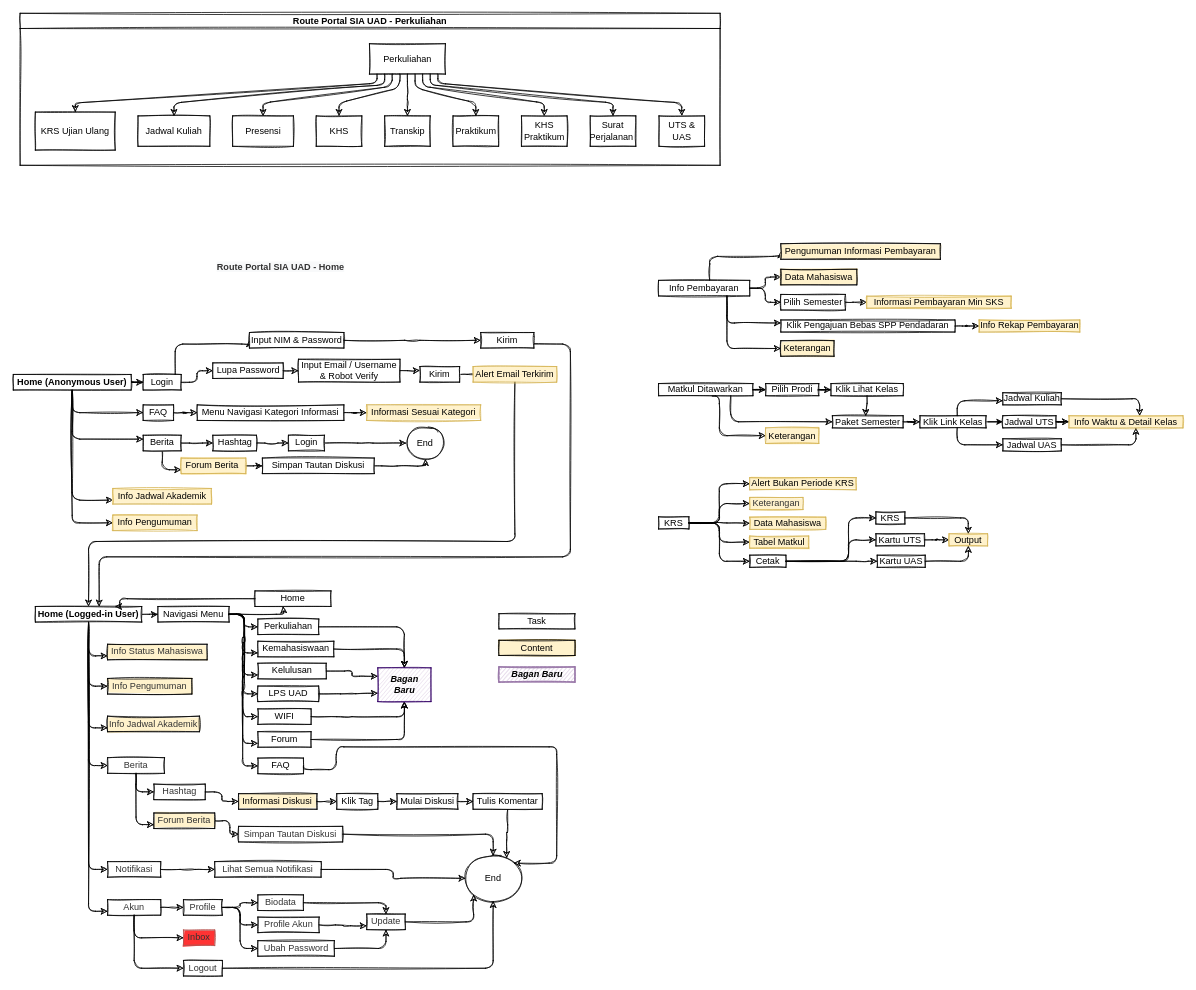
widiyasasih/portalsiauad keeps this draw.io diagram as Web Sitemap Portal SIA.drawio. Above is the earlier version. Source tidied: cells renumbered, new cells numbered last; positions are measured from the earlier drawing's top-left corner, leaving out a move shared by most shapes. Both pictures are drawn from the tidied source at 76%, with x=0, y=0 at pixel (13, 13).
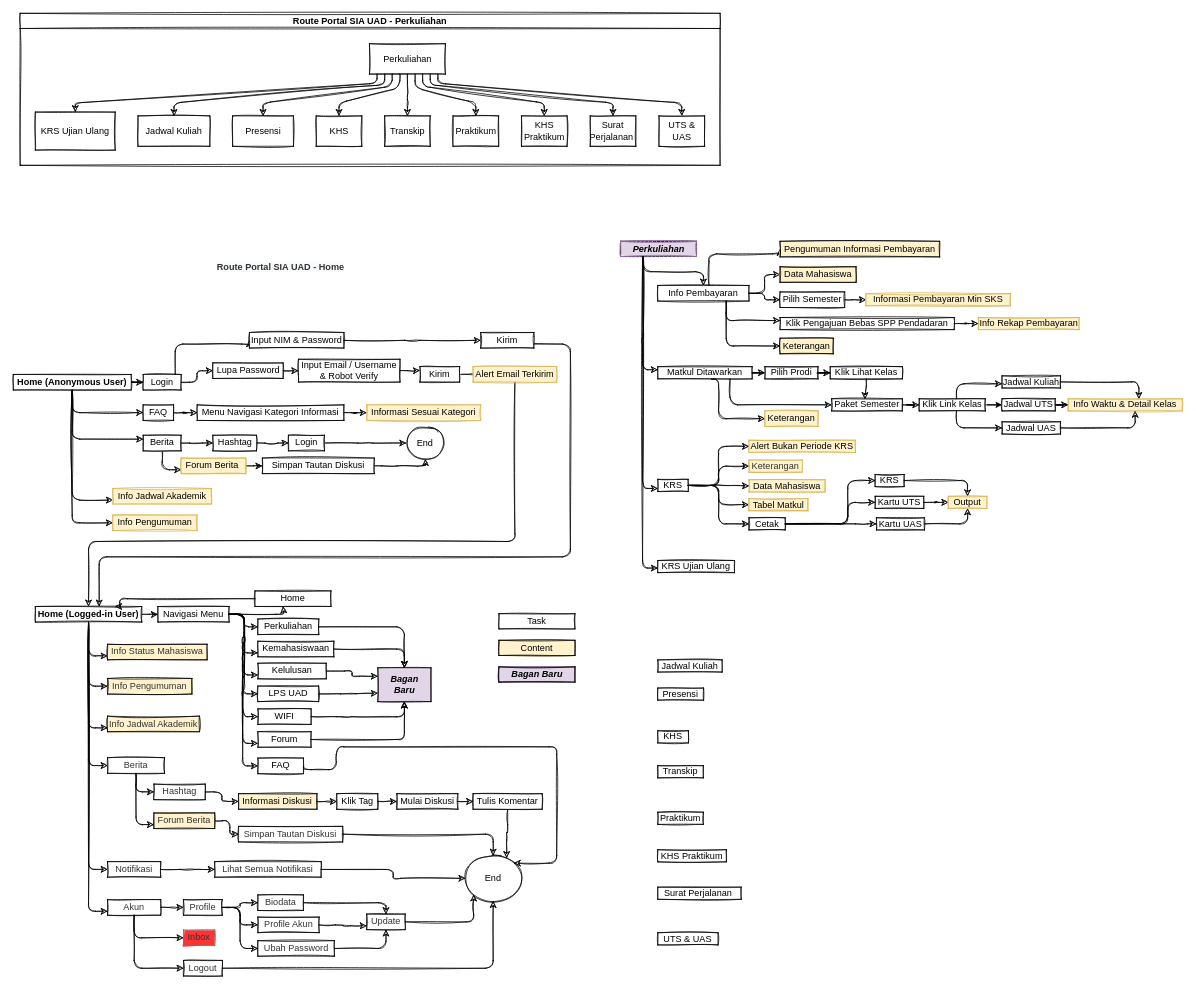
After the change.

Unchanged cells that the change refers to:
```xml
<mxCell id="205" style="group;jiggle=1;sketch=1;fillColor=#e1d5e7;strokeColor=#9673a6;" parent="1" vertex="1">
  <mxGeometry x="639" y="860" width="100" height="20" as="geometry" />
</mxCell>
```

Diff of the diagram source:
```diff
@@
-    <mxCell id="136" value="&lt;i&gt;&lt;b&gt;Bagan&lt;br&gt;Baru&lt;/b&gt;&lt;/i&gt;" style="whiteSpace=wrap;html=1;shadow=0;glass=0;jiggle=1;disableMultiStroke=0;disableMultiStrokeFill=0;fillStyle=auto;sketch=1;fillColor=#e1d5e7;strokeColor=#330066;" parent="1" vertex="1">
+    <mxCell id="136" value="&lt;i&gt;&lt;b&gt;Bagan&lt;br&gt;Baru&lt;/b&gt;&lt;/i&gt;" style="whiteSpace=wrap;html=1;shadow=0;glass=0;jiggle=1;disableMultiStroke=0;disableMultiStrokeFill=0;fillStyle=solid;sketch=1;fillColor=#e1d5e7;strokeColor=#000000;" parent="1" vertex="1">
       <mxGeometry x="479.6" y="861.2" width="70" height="44.5" as="geometry" />
     </mxCell>
@@
     <mxCell id="141" style="edgeStyle=orthogonalEdgeStyle;jiggle=1;jettySize=auto;html=1;entryX=0;entryY=0.5;entryDx=0;entryDy=0;fontFamily=Helvetica;fontSize=12;sketch=1;" parent="1" edge="1" source="146" target="147">
       <mxGeometry relative="1" as="geometry">
         <Array as="points">
-          <mxPoint x="916.4" y="319.8" />
+          <mxPoint x="915.4" y="316.5" />
         </Array>
       </mxGeometry>
     </mxCell>
@@
     <mxCell id="146" value="Info Pembayaran" style="whiteSpace=wrap;html=1;shadow=0;glass=0;jiggle=1;disableMultiStroke=0;disableMultiStrokeFill=0;fillStyle=auto;fillColor=none;sketch=1;" parent="1" vertex="1">
-      <mxGeometry x="849" y="351.4" width="120" height="20.5" as="geometry" />
+      <mxGeometry x="848" y="358.1" width="120" height="20.5" as="geometry" />
     </mxCell>
     <mxCell id="147" value="Pengumuman Informasi Pembayaran" style="whiteSpace=wrap;html=1;shadow=0;glass=0;jiggle=1;disableMultiStroke=0;disableMultiStrokeFill=0;fillStyle=solid;sketch=1;fillColor=#fff2cc;strokeColor=#000000;" parent="1" vertex="1">
-      <mxGeometry x="1009.9" y="303.2" width="210" height="20.5" as="geometry" />
+      <mxGeometry x="1008.9" y="300" width="210" height="20.5" as="geometry" />
     </mxCell>
     <mxCell id="148" value="Data Mahasiswa" style="whiteSpace=wrap;html=1;shadow=0;glass=0;jiggle=1;disableMultiStroke=0;disableMultiStrokeFill=0;fillStyle=solid;sketch=1;fillColor=#fff2cc;strokeColor=#000000;" parent="1" vertex="1">
-      <mxGeometry x="1009.9" y="336.8" width="100" height="20.5" as="geometry" />
+      <mxGeometry x="1008.9" y="333.5" width="100" height="20.5" as="geometry" />
     </mxCell>
@@
     <mxCell id="150" value="Pilih Semester" style="whiteSpace=wrap;html=1;shadow=0;glass=0;jiggle=1;disableMultiStroke=0;disableMultiStrokeFill=0;fillStyle=auto;fillColor=none;sketch=1;" parent="1" vertex="1">
-      <mxGeometry x="1009.9" y="369.9" width="85" height="20.5" as="geometry" />
+      <mxGeometry x="1008.9" y="366.6" width="85" height="20.5" as="geometry" />
     </mxCell>
@@
     <mxCell id="152" value="Klik Pengajuan Bebas SPP Pendadaran" style="whiteSpace=wrap;html=1;shadow=0;glass=0;jiggle=1;disableMultiStroke=0;disableMultiStrokeFill=0;fillStyle=auto;fillColor=none;sketch=1;" parent="1" vertex="1">
-      <mxGeometry x="1009.9" y="403.5" width="229.1" height="15.9" as="geometry" />
+      <mxGeometry x="1008.9" y="400.3" width="229.1" height="15.9" as="geometry" />
     </mxCell>
     <mxCell id="153" value="Informasi Pembayaran Min SKS" style="whiteSpace=wrap;html=1;shadow=0;glass=0;jiggle=1;disableMultiStroke=0;disableMultiStrokeFill=0;fillStyle=solid;sketch=1;fillColor=#fff2cc;strokeColor=#d6b656;" parent="1" vertex="1">
-      <mxGeometry x="1123" y="372.2" width="190" height="15.9" as="geometry" />
+      <mxGeometry x="1122" y="368.9" width="190" height="15.9" as="geometry" />
     </mxCell>
     <mxCell id="154" value="Info Rekap Pembayaran" style="whiteSpace=wrap;html=1;shadow=0;glass=0;jiggle=1;disableMultiStroke=0;disableMultiStrokeFill=0;fillStyle=solid;sketch=1;fillColor=#fff2cc;strokeColor=#d6b656;" parent="1" vertex="1">
-      <mxGeometry x="1270.8" y="403.5" width="132.5" height="15.9" as="geometry" />
+      <mxGeometry x="1269.8" y="400.3" width="132.5" height="15.9" as="geometry" />
     </mxCell>
     <mxCell id="155" value="Keterangan" style="whiteSpace=wrap;html=1;shadow=0;glass=0;jiggle=1;disableMultiStroke=0;disableMultiStrokeFill=0;fillStyle=solid;sketch=1;fillColor=#fff2cc;strokeColor=#000000;" parent="1" vertex="1">
-      <mxGeometry x="1009.9" y="430.8" width="70" height="20.5" as="geometry" />
+      <mxGeometry x="1008.9" y="427.5" width="70" height="20.5" as="geometry" />
     </mxCell>
@@
     <mxCell id="157" style="edgeStyle=orthogonalEdgeStyle;jiggle=1;jettySize=auto;html=1;entryX=0;entryY=0.5;entryDx=0;entryDy=0;fontFamily=Helvetica;fontSize=12;exitX=0.569;exitY=1.022;exitDx=0;exitDy=0;exitPerimeter=0;sketch=1;" parent="1" edge="1" source="159" target="176">
       <mxGeometry relative="1" as="geometry">
         <Array as="points">
-          <mxPoint x="929" y="504" />
-          <mxPoint x="929" y="556" />
+          <mxPoint x="928" y="481.8" />
+          <mxPoint x="928" y="533.8" />
         </Array>
       </mxGeometry>
     </mxCell>
     <mxCell id="158" style="edgeStyle=orthogonalEdgeStyle;jiggle=1;jettySize=auto;html=1;entryX=0;entryY=0.5;entryDx=0;entryDy=0;fontFamily=Helvetica;fontSize=12;sketch=1;" parent="1" edge="1" source="159" target="165">
       <mxGeometry relative="1" as="geometry">
         <Array as="points">
-          <mxPoint x="944" y="538" />
+          <mxPoint x="943" y="515.8" />
         </Array>
       </mxGeometry>
     </mxCell>
     <mxCell id="159" value="Matkul Ditawarkan" style="whiteSpace=wrap;html=1;shadow=0;glass=0;jiggle=1;disableMultiStroke=0;disableMultiStrokeFill=0;fillStyle=auto;fillColor=none;sketch=1;" parent="1" vertex="1">
-      <mxGeometry x="849" y="487.2" width="124.2" height="16" as="geometry" />
+      <mxGeometry x="848" y="465" width="124.2" height="16" as="geometry" />
     </mxCell>
@@
     <mxCell id="161" value="Pilih Prodi" style="whiteSpace=wrap;html=1;shadow=0;glass=0;jiggle=1;disableMultiStroke=0;disableMultiStrokeFill=0;fillStyle=auto;fillColor=none;sketch=1;" parent="1" vertex="1">
-      <mxGeometry x="989.9" y="487.2" width="70" height="16" as="geometry" />
+      <mxGeometry x="988.9" y="465" width="70" height="16" as="geometry" />
     </mxCell>
@@
     <mxCell id="163" value="Klik Lihat Kelas" style="whiteSpace=wrap;html=1;shadow=0;glass=0;jiggle=1;disableMultiStroke=0;disableMultiStrokeFill=0;fillStyle=auto;fillColor=none;sketch=1;" parent="1" vertex="1">
-      <mxGeometry x="1075.9" y="487.2" width="95" height="16" as="geometry" />
+      <mxGeometry x="1074.9" y="465" width="95" height="16" as="geometry" />
     </mxCell>
@@
     <mxCell id="165" value="Paket Semester" style="whiteSpace=wrap;html=1;shadow=0;glass=0;jiggle=1;disableMultiStroke=0;disableMultiStrokeFill=0;fillStyle=auto;fillColor=none;sketch=1;" parent="1" vertex="1">
-      <mxGeometry x="1077.7" y="529.5" width="93.1" height="16" as="geometry" />
+      <mxGeometry x="1076.7" y="507.2" width="93.1" height="16" as="geometry" />
     </mxCell>
     <mxCell id="166" style="edgeStyle=orthogonalEdgeStyle;jettySize=auto;html=1;sketch=1;" parent="1" edge="1" source="169" target="177">
       <mxGeometry relative="1" as="geometry">
         <Array as="points">
-          <mxPoint x="1242" y="509.8" />
+          <mxPoint x="1241" y="487.5" />
         </Array>
       </mxGeometry>
     </mxCell>
@@
     <mxCell id="168" style="edgeStyle=orthogonalEdgeStyle;jettySize=auto;html=1;entryX=0;entryY=0.5;entryDx=0;entryDy=0;rounded=1;sketch=1;" parent="1" edge="1" source="169" target="171">
       <mxGeometry relative="1" as="geometry">
         <Array as="points">
-          <mxPoint x="1242" y="567.8" />
+          <mxPoint x="1241" y="545.5" />
         </Array>
       </mxGeometry>
     </mxCell>
     <mxCell id="169" value="Klik Link Kelas" style="whiteSpace=wrap;html=1;shadow=0;glass=0;jiggle=1;disableMultiStroke=0;disableMultiStrokeFill=0;fillStyle=auto;fillColor=none;sketch=1;" parent="1" vertex="1">
-      <mxGeometry x="1193" y="529.5" width="87" height="16" as="geometry" />
+      <mxGeometry x="1192" y="507.2" width="87" height="16" as="geometry" />
     </mxCell>
     <mxCell id="170" style="edgeStyle=orthogonalEdgeStyle;rounded=1;sketch=1;jettySize=auto;html=1;" parent="1" edge="1" source="171">
       <mxGeometry relative="1" as="geometry">
-        <mxPoint x="1477" y="545.5" as="targetPoint" />
+        <mxPoint x="1476" y="523.2" as="targetPoint" />
       </mxGeometry>
     </mxCell>
     <mxCell id="171" value="Jadwal UAS" style="whiteSpace=wrap;html=1;shadow=0;glass=0;jiggle=1;disableMultiStroke=0;disableMultiStrokeFill=0;fillStyle=auto;fillColor=none;sketch=1;" parent="1" vertex="1">
-      <mxGeometry x="1302" y="559.8" width="77" height="16" as="geometry" />
+      <mxGeometry x="1301" y="537.5" width="77" height="16" as="geometry" />
     </mxCell>
@@
     <mxCell id="173" value="Jadwal UTS" style="whiteSpace=wrap;html=1;shadow=0;glass=0;jiggle=1;disableMultiStroke=0;disableMultiStrokeFill=0;fillStyle=auto;fillColor=none;sketch=1;" parent="1" vertex="1">
-      <mxGeometry x="1302" y="529.5" width="70" height="16" as="geometry" />
+      <mxGeometry x="1301" y="507.2" width="70" height="16" as="geometry" />
     </mxCell>
     <mxCell id="174" style="edgeStyle=orthogonalEdgeStyle;jiggle=1;jettySize=auto;html=1;fontFamily=Helvetica;fontSize=12;sketch=1;" parent="1" edge="1" source="177">
       <mxGeometry relative="1" as="geometry">
-        <mxPoint x="1482" y="529.5" as="targetPoint" />
+        <mxPoint x="1481" y="507.2" as="targetPoint" />
         <Array as="points">
-          <mxPoint x="1482" y="507.8" />
+          <mxPoint x="1481" y="485.5" />
         </Array>
       </mxGeometry>
     </mxCell>
     <mxCell id="175" value="Info Waktu &amp;amp; Detail Kelas" style="whiteSpace=wrap;html=1;shadow=0;glass=0;jiggle=1;disableMultiStroke=0;disableMultiStrokeFill=0;fillStyle=solid;sketch=1;fillColor=#fff2cc;strokeColor=#d6b656;" parent="1" vertex="1">
-      <mxGeometry x="1389" y="529.5" width="150" height="16" as="geometry" />
+      <mxGeometry x="1388" y="507.2" width="150" height="16" as="geometry" />
     </mxCell>
     <mxCell id="176" value="Keterangan" style="whiteSpace=wrap;html=1;shadow=0;glass=0;jiggle=1;disableMultiStroke=0;disableMultiStrokeFill=0;fillStyle=solid;sketch=1;fillColor=#fff2cc;strokeColor=#d6b656;" parent="1" vertex="1">
-      <mxGeometry x="989.9" y="545.5" width="70" height="20.5" as="geometry" />
+      <mxGeometry x="988.9" y="523.2" width="70" height="20.5" as="geometry" />
     </mxCell>
     <mxCell id="177" value="Jadwal Kuliah" style="whiteSpace=wrap;html=1;shadow=0;glass=0;jiggle=1;disableMultiStroke=0;disableMultiStrokeFill=0;fillStyle=auto;fillColor=none;sketch=1;" parent="1" vertex="1">
-      <mxGeometry x="1302" y="499.2" width="77" height="16" as="geometry" />
+      <mxGeometry x="1301" y="477" width="77" height="16" as="geometry" />
     </mxCell>
@@
     <mxCell id="183" value="KRS" style="whiteSpace=wrap;html=1;shadow=0;glass=0;jiggle=1;disableMultiStroke=0;disableMultiStrokeFill=0;fillStyle=auto;fillColor=none;sketch=1;" parent="1" vertex="1">
-      <mxGeometry x="849" y="662.5" width="40" height="16" as="geometry" />
+      <mxGeometry x="848" y="613.2" width="40" height="16" as="geometry" />
     </mxCell>
     <mxCell id="184" value="Alert Bukan Periode KRS" style="whiteSpace=wrap;html=1;shadow=0;glass=0;jiggle=1;disableMultiStroke=0;disableMultiStrokeFill=0;fillStyle=solid;sketch=1;fillColor=#fff2cc;strokeColor=#d6b656;" parent="1" vertex="1">
-      <mxGeometry x="969" y="611" width="140.1" height="16" as="geometry" />
+      <mxGeometry x="968" y="561.8" width="140.1" height="16" as="geometry" />
     </mxCell>
     <mxCell id="185" value="&lt;span style=&quot;color: rgb(51, 51, 51);&quot;&gt;Keterangan&lt;/span&gt;" style="whiteSpace=wrap;html=1;shadow=0;glass=0;jiggle=1;disableMultiStroke=0;disableMultiStrokeFill=0;fillStyle=solid;sketch=1;fillColor=#fff2cc;strokeColor=#d6b656;" parent="1" vertex="1">
-      <mxGeometry x="969" y="637" width="70" height="16" as="geometry" />
+      <mxGeometry x="968" y="587.8" width="70" height="16" as="geometry" />
     </mxCell>
     <mxCell id="186" value="&lt;span style=&quot;color: rgb(0, 0, 0);&quot;&gt;Data Mahasiswa&lt;/span&gt;" style="whiteSpace=wrap;html=1;shadow=0;glass=0;jiggle=1;disableMultiStroke=0;disableMultiStrokeFill=0;fillStyle=solid;sketch=1;fillColor=#fff2cc;strokeColor=#d6b656;" parent="1" vertex="1">
-      <mxGeometry x="969" y="663" width="100" height="16" as="geometry" />
+      <mxGeometry x="968" y="613.8" width="100" height="16" as="geometry" />
     </mxCell>
     <mxCell id="187" value="Tabel Matkul" style="whiteSpace=wrap;html=1;shadow=0;glass=0;jiggle=1;disableMultiStroke=0;disableMultiStrokeFill=0;fillStyle=solid;sketch=1;fillColor=#fff2cc;strokeColor=#d6b656;" parent="1" vertex="1">
-      <mxGeometry x="969" y="687.8" width="77.6" height="16" as="geometry" />
+      <mxGeometry x="968" y="638.5" width="77.6" height="16" as="geometry" />
     </mxCell>
     <mxCell id="188" style="edgeStyle=orthogonalEdgeStyle;rounded=1;sketch=1;jettySize=auto;html=1;entryX=0;entryY=0.5;entryDx=0;entryDy=0;" parent="1" edge="1" source="191" target="193">
       <mxGeometry relative="1" as="geometry">
         <Array as="points">
-          <mxPoint x="1099" y="721" />
-          <mxPoint x="1099" y="664" />
+          <mxPoint x="1098" y="671.8" />
+          <mxPoint x="1098" y="614.8" />
         </Array>
       </mxGeometry>
     </mxCell>
     <mxCell id="189" style="edgeStyle=orthogonalEdgeStyle;rounded=1;sketch=1;jettySize=auto;html=1;entryX=0;entryY=0.5;entryDx=0;entryDy=0;" parent="1" edge="1" source="191" target="195">
       <mxGeometry relative="1" as="geometry">
         <Array as="points">
-          <mxPoint x="1099" y="721" />
-          <mxPoint x="1099" y="693" />
+          <mxPoint x="1098" y="671.8" />
+          <mxPoint x="1098" y="643.8" />
         </Array>
       </mxGeometry>
     </mxCell>
     <mxCell id="190" style="edgeStyle=orthogonalEdgeStyle;rounded=1;sketch=1;jettySize=auto;html=1;entryX=0;entryY=0.5;entryDx=0;entryDy=0;" parent="1" edge="1" source="191" target="197">
       <mxGeometry relative="1" as="geometry">
         <Array as="points">
-          <mxPoint x="1119" y="721" />
-          <mxPoint x="1119" y="721" />
+          <mxPoint x="1118" y="671.8" />
+          <mxPoint x="1118" y="671.8" />
         </Array>
       </mxGeometry>
     </mxCell>
     <mxCell id="191" value="Cetak" style="whiteSpace=wrap;html=1;shadow=0;glass=0;jiggle=1;disableMultiStroke=0;disableMultiStrokeFill=0;fillStyle=auto;fillColor=none;sketch=1;" parent="1" vertex="1">
-      <mxGeometry x="969" y="713" width="47.6" height="16" as="geometry" />
+      <mxGeometry x="968" y="663.8" width="47.6" height="16" as="geometry" />
     </mxCell>
@@
     <mxCell id="193" value="KRS" style="whiteSpace=wrap;html=1;shadow=0;glass=0;jiggle=1;disableMultiStroke=0;disableMultiStrokeFill=0;fillStyle=auto;fillColor=none;sketch=1;" parent="1" vertex="1">
-      <mxGeometry x="1135" y="656" width="38.2" height="16" as="geometry" />
+      <mxGeometry x="1134" y="606.8" width="38.2" height="16" as="geometry" />
     </mxCell>
@@
     <mxCell id="195" value="Kartu UTS" style="whiteSpace=wrap;html=1;shadow=0;glass=0;jiggle=1;disableMultiStroke=0;disableMultiStrokeFill=0;fillStyle=auto;fillColor=none;sketch=1;" parent="1" vertex="1">
-      <mxGeometry x="1135" y="684.8" width="64" height="16" as="geometry" />
+      <mxGeometry x="1134" y="635.5" width="64" height="16" as="geometry" />
     </mxCell>
@@
     <mxCell id="197" value="Kartu UAS" style="whiteSpace=wrap;html=1;shadow=0;glass=0;jiggle=1;disableMultiStroke=0;disableMultiStrokeFill=0;fillStyle=auto;fillColor=none;sketch=1;" parent="1" vertex="1">
-      <mxGeometry x="1136.7" y="713" width="63.2" height="16" as="geometry" />
+      <mxGeometry x="1135.7" y="663.8" width="63.2" height="16" as="geometry" />
     </mxCell>
     <mxCell id="198" value="Output" style="whiteSpace=wrap;html=1;shadow=0;glass=0;jiggle=1;disableMultiStroke=0;disableMultiStrokeFill=0;fillStyle=solid;sketch=1;fillColor=#fff2cc;strokeColor=#d6b656;" parent="1" vertex="1">
-      <mxGeometry x="1231.3" y="684.8" width="50.7" height="16" as="geometry" />
+      <mxGeometry x="1230.3" y="635.5" width="50.7" height="16" as="geometry" />
     </mxCell>
@@
-    <mxCell id="206" style="whiteSpace=wrap;html=1;fillStyle=auto;jiggle=1;sketch=1;fillColor=#e1d5e7;strokeColor=#9673a6;" parent="205" vertex="1">
+    <mxCell id="206" style="whiteSpace=wrap;html=1;fillStyle=solid;jiggle=1;sketch=1;fillColor=#e1d5e7;strokeColor=#000000;" parent="205" vertex="1">
       <mxGeometry width="100" height="20" as="geometry" />
     </mxCell>
@@
+    <mxCell id="208" style="group;jiggle=1;sketch=1;fillColor=#e1d5e7;strokeColor=#000000;fillStyle=solid;" parent="1" vertex="1">
+      <mxGeometry x="799" y="300" width="100" height="20" as="geometry" />
+    </mxCell>
+    <mxCell id="209" style="whiteSpace=wrap;html=1;fillStyle=auto;jiggle=1;sketch=1;fillColor=#e1d5e7;strokeColor=#9673a6;" parent="208" vertex="1">
+      <mxGeometry width="100" height="20" as="geometry" />
+    </mxCell>
+    <mxCell id="210" value="&lt;i&gt;&lt;b&gt;Perkuliahan&lt;/b&gt;&lt;/i&gt;" style="text;html=1;strokeColor=none;fillColor=none;align=center;verticalAlign=middle;whiteSpace=wrap;jiggle=1;sketch=1;" parent="208" vertex="1">
+      <mxGeometry x="12.5" width="75" height="20" as="geometry" />
+    </mxCell>
+    <mxCell id="211" style="edgeStyle=orthogonalEdgeStyle;rounded=1;sketch=1;jettySize=auto;html=1;fontFamily=Helvetica;fontSize=12;fontColor=default;" parent="1" edge="1" source="210" target="146">
+      <mxGeometry relative="1" as="geometry">
+        <Array as="points">
+          <mxPoint x="829" y="340" />
+          <mxPoint x="908" y="340" />
+        </Array>
+      </mxGeometry>
+    </mxCell>
+    <mxCell id="212" style="edgeStyle=orthogonalEdgeStyle;rounded=1;sketch=1;jettySize=auto;html=1;entryX=0;entryY=0.25;entryDx=0;entryDy=0;fontFamily=Helvetica;fontSize=12;fontColor=default;" parent="1" edge="1" source="210" target="159">
+      <mxGeometry relative="1" as="geometry">
+        <Array as="points">
+          <mxPoint x="829" y="427" />
+          <mxPoint x="828" y="538" />
+        </Array>
+      </mxGeometry>
+    </mxCell>
+    <mxCell id="213" style="edgeStyle=orthogonalEdgeStyle;rounded=1;sketch=1;jettySize=auto;html=1;entryX=0;entryY=0.75;entryDx=0;entryDy=0;fontFamily=Helvetica;fontSize=12;fontColor=default;" parent="1" edge="1" source="210" target="183">
+      <mxGeometry relative="1" as="geometry">
+        <Array as="points">
+          <mxPoint x="828" y="625" />
+        </Array>
+      </mxGeometry>
+    </mxCell>
+    <mxCell id="214" value="KRS Ujian Ulang" style="whiteSpace=wrap;html=1;shadow=0;glass=0;jiggle=1;disableMultiStroke=0;disableMultiStrokeFill=0;fillStyle=auto;fillColor=none;sketch=1;" parent="1" vertex="1">
+      <mxGeometry x="848" y="720" width="101" height="16" as="geometry" />
+    </mxCell>
+    <mxCell id="215" style="edgeStyle=orthogonalEdgeStyle;rounded=1;sketch=1;jettySize=auto;html=1;fontFamily=Helvetica;fontSize=12;fontColor=default;" parent="1" edge="1" source="210" target="214">
+      <mxGeometry relative="1" as="geometry">
+        <Array as="points">
+          <mxPoint x="828" y="730" />
+        </Array>
+      </mxGeometry>
+    </mxCell>
+    <mxCell id="216" value="Jadwal Kuliah" style="whiteSpace=wrap;html=1;shadow=0;glass=0;jiggle=1;disableMultiStroke=0;disableMultiStrokeFill=0;fillStyle=auto;fillColor=none;sketch=1;" parent="1" vertex="1">
+      <mxGeometry x="848" y="850.8" width="84.7" height="16" as="geometry" />
+    </mxCell>
+    <mxCell id="217" value="Presensi" style="whiteSpace=wrap;html=1;shadow=0;glass=0;jiggle=1;disableMultiStroke=0;disableMultiStrokeFill=0;fillStyle=auto;fillColor=none;sketch=1;" parent="1" vertex="1">
+      <mxGeometry x="848" y="887.8" width="60.3" height="16" as="geometry" />
+    </mxCell>
+    <mxCell id="218" value="KHS" style="whiteSpace=wrap;html=1;shadow=0;glass=0;jiggle=1;disableMultiStroke=0;disableMultiStrokeFill=0;fillStyle=auto;fillColor=none;sketch=1;" parent="1" vertex="1">
+      <mxGeometry x="848" y="944" width="40.3" height="16" as="geometry" />
+    </mxCell>
+    <mxCell id="219" value="Transkip" style="whiteSpace=wrap;html=1;shadow=0;glass=0;jiggle=1;disableMultiStroke=0;disableMultiStrokeFill=0;fillStyle=auto;fillColor=none;sketch=1;" parent="1" vertex="1">
+      <mxGeometry x="848" y="990" width="60" height="16" as="geometry" />
+    </mxCell>
+    <mxCell id="220" value="Praktikum" style="whiteSpace=wrap;html=1;shadow=0;glass=0;jiggle=1;disableMultiStroke=0;disableMultiStrokeFill=0;fillStyle=auto;fillColor=none;sketch=1;" parent="1" vertex="1">
+      <mxGeometry x="848" y="1051.2" width="60" height="16" as="geometry" />
+    </mxCell>
+    <mxCell id="221" value="KHS Praktikum" style="whiteSpace=wrap;html=1;shadow=0;glass=0;jiggle=1;disableMultiStroke=0;disableMultiStrokeFill=0;fillStyle=auto;fillColor=none;sketch=1;" parent="1" vertex="1">
+      <mxGeometry x="848" y="1100.5" width="90.3" height="16" as="geometry" />
+    </mxCell>
+    <mxCell id="222" value="Surat Perjalanan&amp;nbsp;" style="whiteSpace=wrap;html=1;shadow=0;glass=0;jiggle=1;disableMultiStroke=0;disableMultiStrokeFill=0;fillStyle=auto;fillColor=none;sketch=1;" parent="1" vertex="1">
+      <mxGeometry x="848" y="1149.8" width="109.8" height="16" as="geometry" />
+    </mxCell>
+    <mxCell id="223" value="UTS &amp;amp; UAS" style="whiteSpace=wrap;html=1;shadow=0;glass=0;jiggle=1;disableMultiStroke=0;disableMultiStrokeFill=0;fillStyle=auto;sketch=1;" parent="1" vertex="1">
+      <mxGeometry x="848" y="1209.8" width="79.3" height="16" as="geometry" />
+    </mxCell>
```
